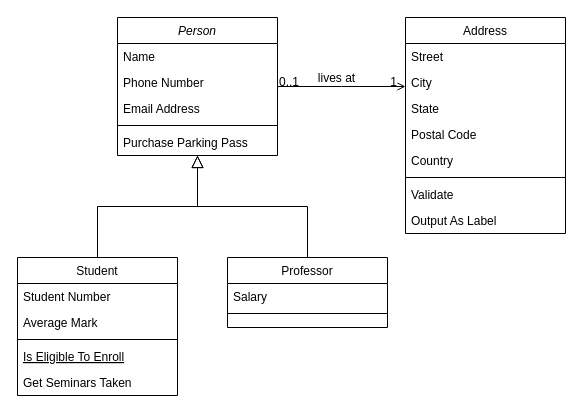
Before: Untitled Diagram.drawio in irajak/indiv_A1_381, a draw.io diagram. Source tidied: cells renumbered, new cells numbered last; positions are measured from the earlier drawing's top-left corner, leaving out a move shared by most shapes. Both pictures are drawn from the tidied source at 100%, with x=0, y=0 at pixel (17, 17).
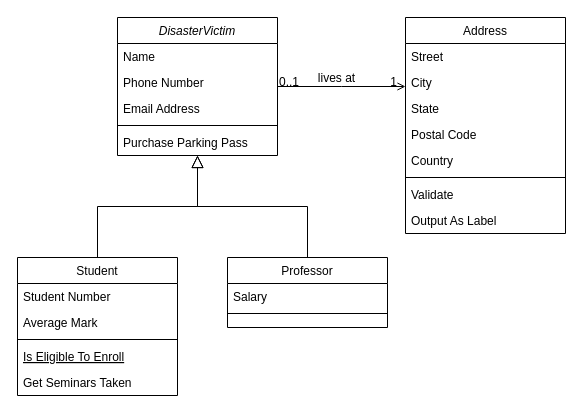
Above is the later version.

Change to the diagram source:
```diff
@@
-    <mxCell id="2" value="Person" style="swimlane;fontStyle=2;align=center;verticalAlign=top;horizontal=1;startSize=26;rounded=0;shadow=0;strokeWidth=1;" parent="1" vertex="1">
+    <mxCell id="2" value="DisasterVictim" style="swimlane;fontStyle=2;align=center;verticalAlign=top;horizontal=1;startSize=26;rounded=0;shadow=0;strokeWidth=1;" parent="1" vertex="1">
       <mxGeometry x="100" width="160" height="138" as="geometry" />
     </mxCell>
```
